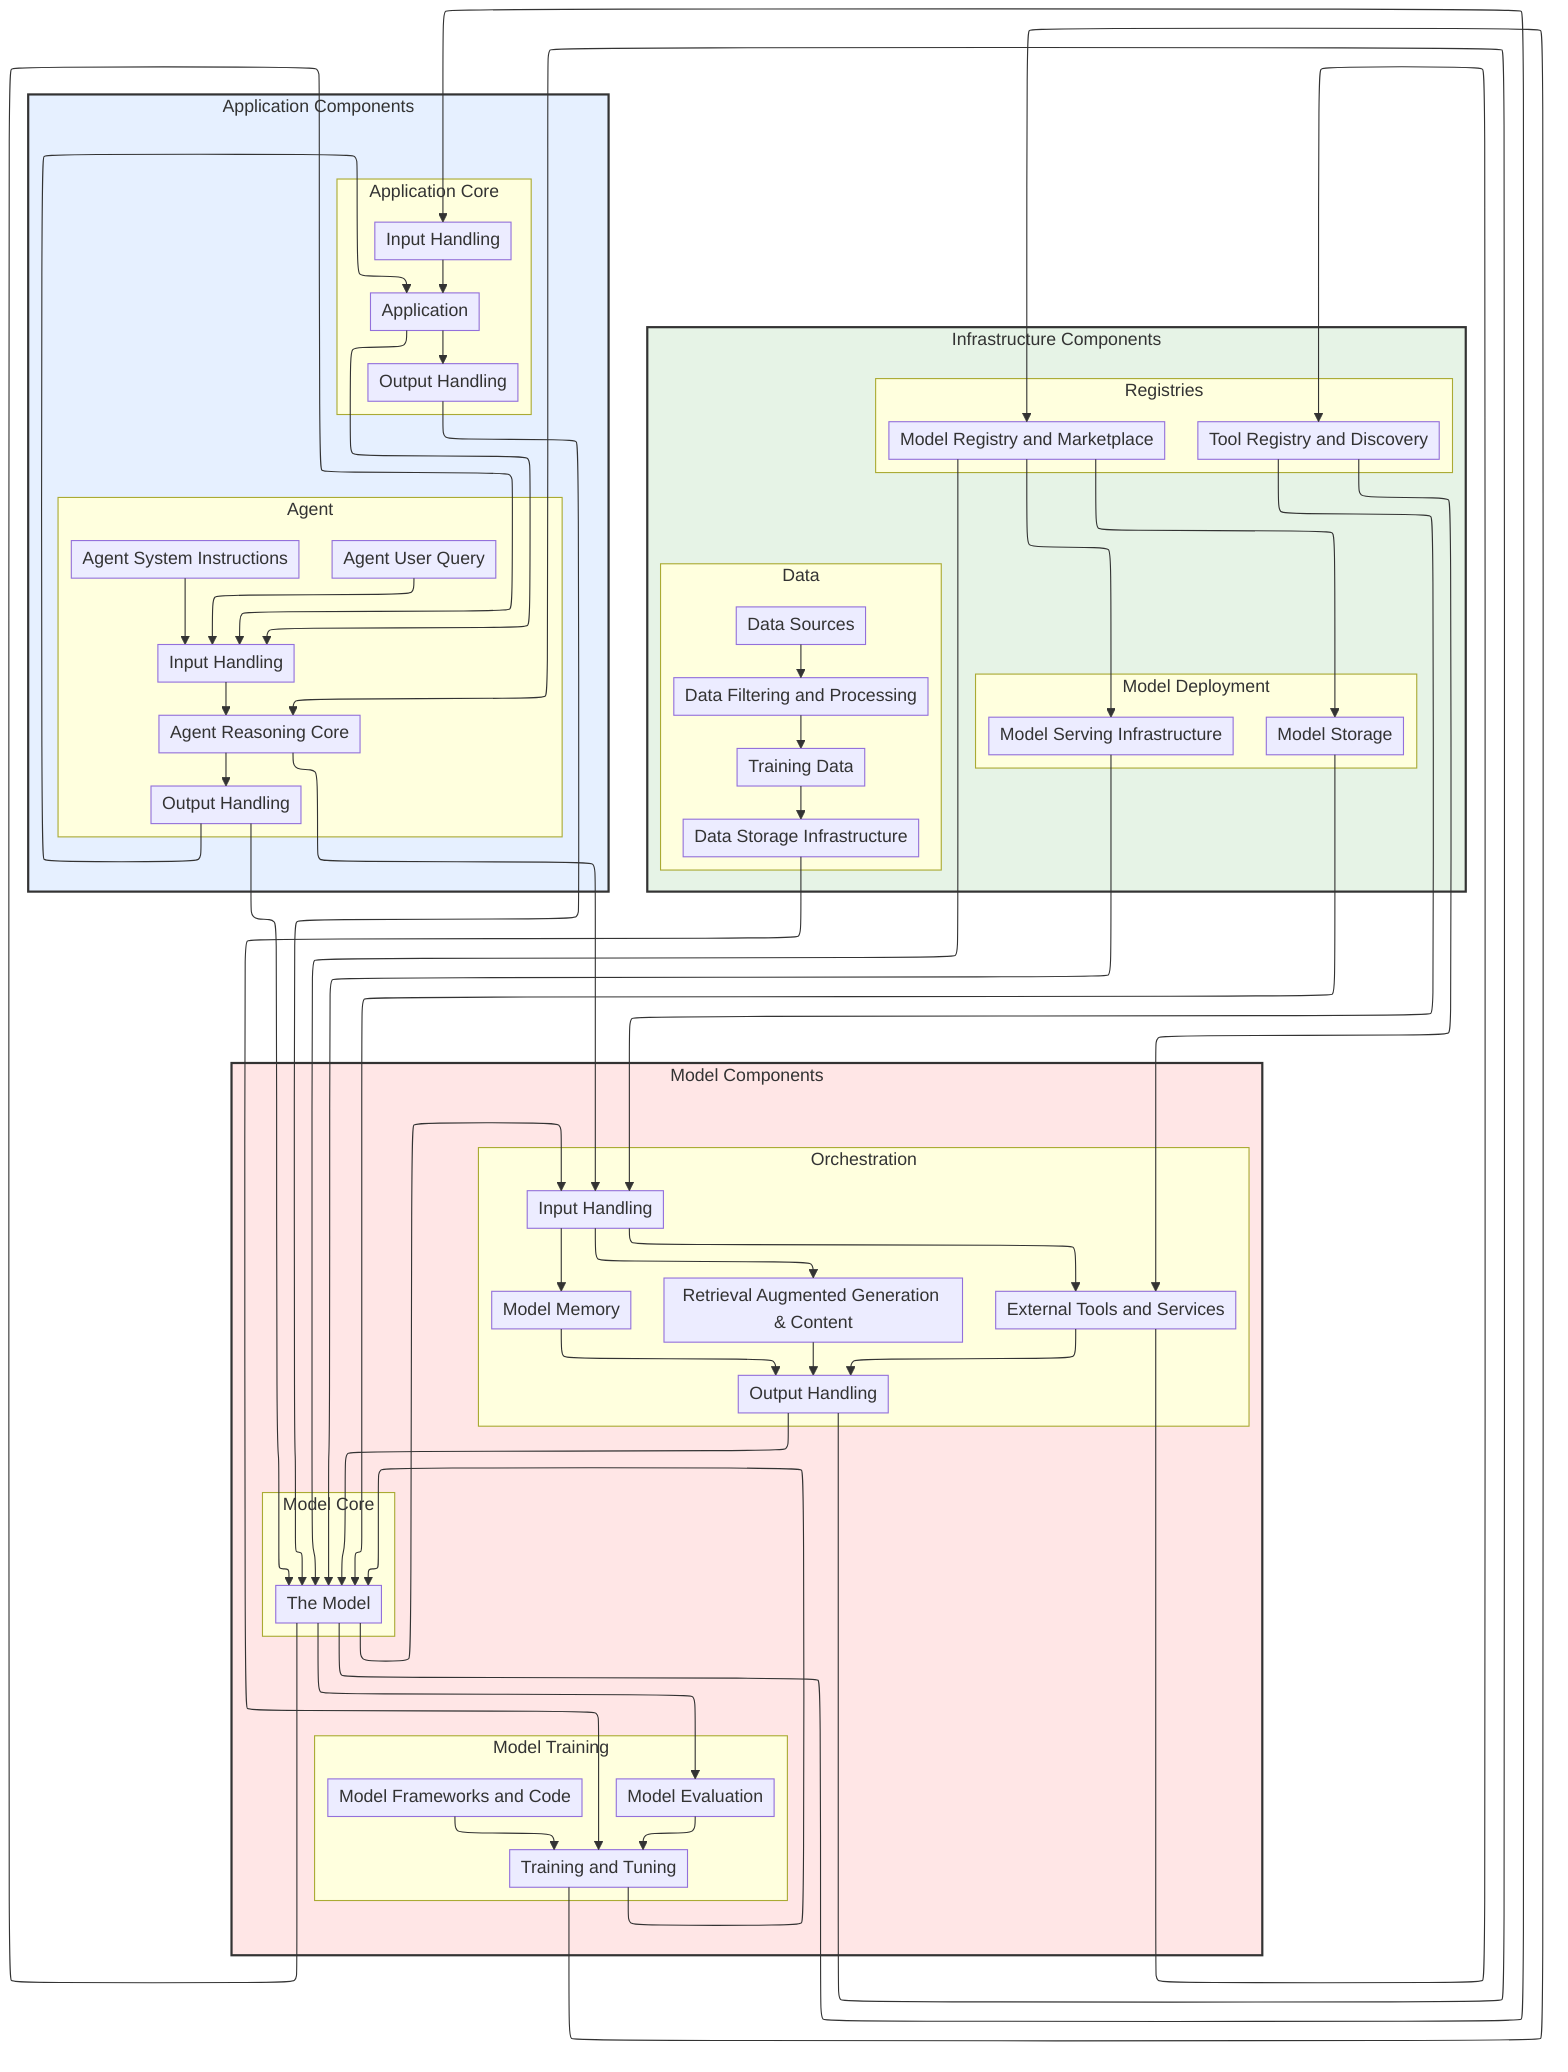
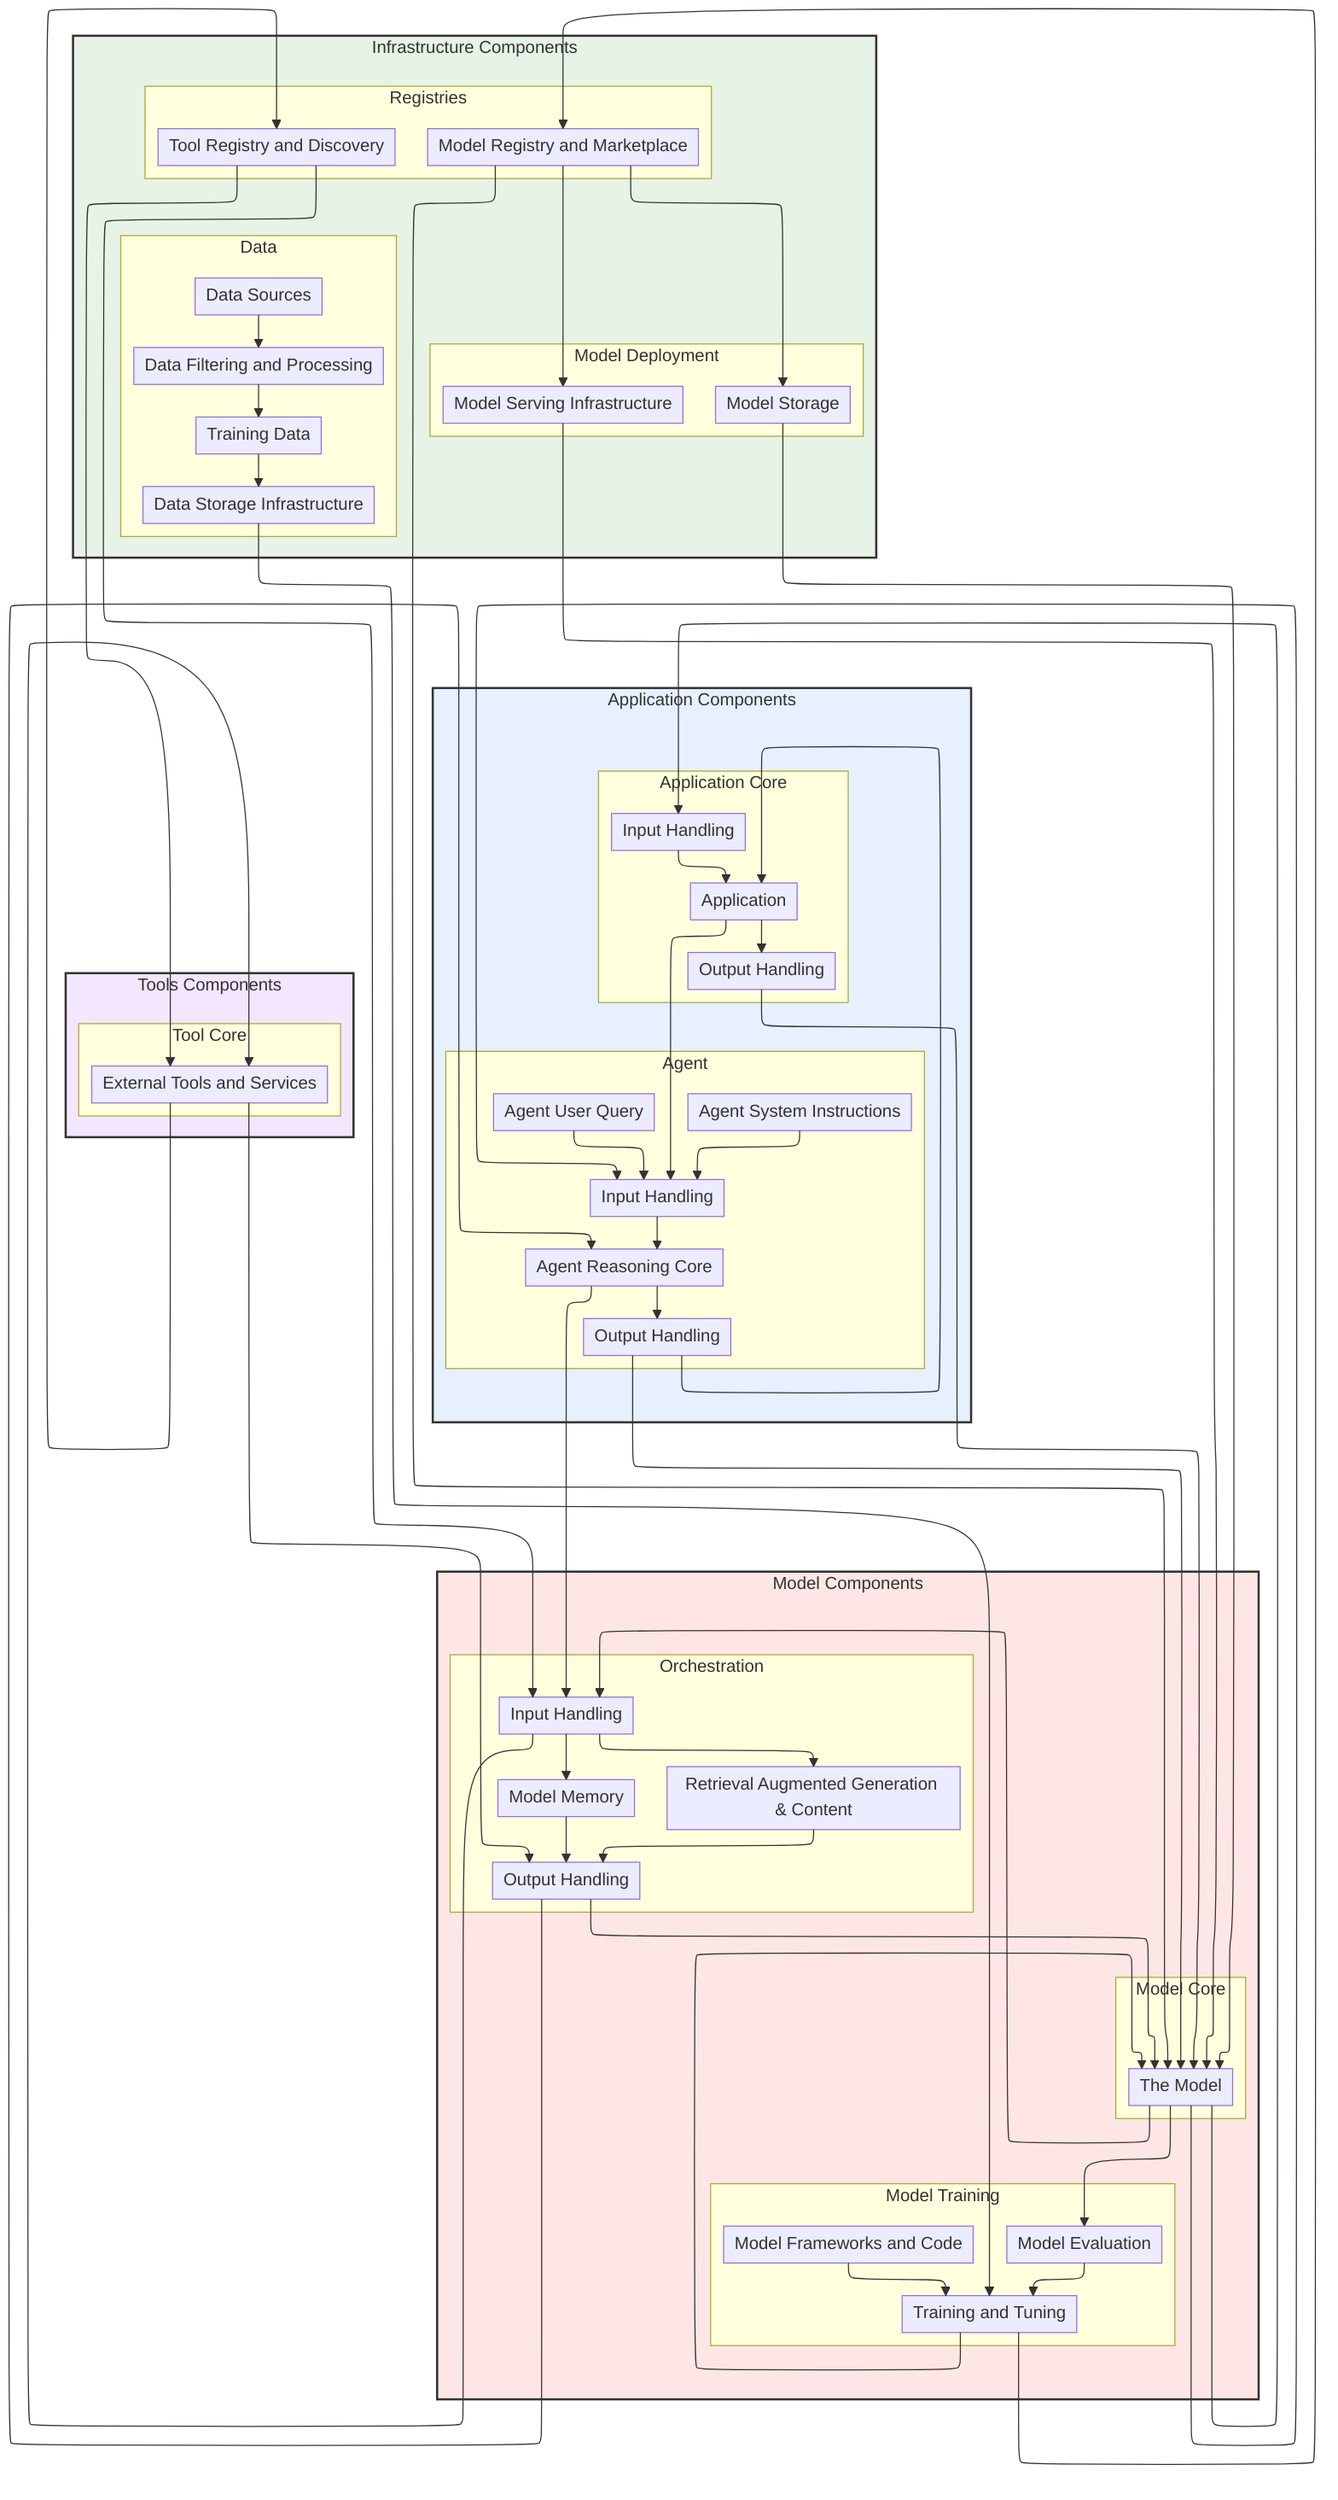
---
config:
  layout: elk
  elk:
    mergeEdges: False
    nodePlacementStrategy: BRANDES_KOEPF
---

graph TD
   %%{init: {'flowchart': {'nodeSpacing': 25, 'rankSpacing': 30, 'padding': 5, 'wrappingWidth': 250}}}%%
    classDef hidden display: none;
    classDef allControl stroke:#4285f4,stroke-width:2px,stroke-dasharray: 5 5

    subgraph componentsInfrastructure ["Infrastructure Components"]
        subgraph componentsData ["Data"]
            componentDataFilteringAndProcessing[Data Filtering and Processing]
            componentDataSources[Data Sources]
            componentDataStorage[Data Storage Infrastructure]
            componentTrainingData[Training Data]
        end
        subgraph componentsModelDeployment ["Model Deployment"]
            componentModelServing[Model Serving Infrastructure]
            componentModelStorage[Model Storage]
        end
        subgraph componentsRegistries ["Registries"]
            componentModelRegistry[Model Registry and Marketplace]
            componentToolRegistry[Tool Registry and Discovery]
        end
    end

    subgraph componentsModel ["Model Components"]
        subgraph componentsModelTraining ["Model Training"]
            componentModelEvaluation[Model Evaluation]
            componentModelFrameworksAndCode[Model Frameworks and Code]
            componentModelTrainingTuning[Training and Tuning]
        end
        subgraph componentsModelCore ["Model Core"]
            componentTheModel[The Model]
        end
        subgraph componentsOrchestration ["Orchestration"]
            componentMemory[Model Memory]
            componentOrchestrationInputHandling[Input Handling]
            componentOrchestrationOutputHandling[Output Handling]
            componentRAGContent[Retrieval Augmented Generation & Content]
-             componentTools[External Tools and Services]
        end
    end

    subgraph componentsApplication ["Application Components"]
        subgraph componentsApplicationCore ["Application Core"]
            componentApplication[Application]
            componentApplicationInputHandling[Input Handling]
            componentApplicationOutputHandling[Output Handling]
        end
        subgraph componentsAgent ["Agent"]
            componentAgentInputHandling[Input Handling]
            componentAgentOutputHandling[Output Handling]
            componentAgentSystemInstruction[Agent System Instructions]
            componentAgentUserQuery[Agent User Query]
            componentReasoningCore[Agent Reasoning Core]
+         end
+     end
+ 
+     subgraph componentsTools ["Tools Components"]
+         subgraph componentsToolCore ["Tool Core"]
+             componentTools[External Tools and Services]
        end
    end


    componentDataSources --> componentDataFilteringAndProcessing
    componentDataFilteringAndProcessing --> componentTrainingData
    componentTrainingData --> componentDataStorage
    componentDataStorage --> componentModelTrainingTuning
    componentModelFrameworksAndCode --> componentModelTrainingTuning
    componentModelEvaluation --> componentModelTrainingTuning
    componentModelTrainingTuning --> componentTheModel
    componentModelTrainingTuning --> componentModelRegistry
    componentModelStorage --> componentTheModel
    componentModelServing --> componentTheModel
    componentModelRegistry --> componentModelServing
    componentModelRegistry --> componentTheModel
    componentModelRegistry --> componentModelStorage
    componentTheModel --> componentModelEvaluation
    componentTheModel --> componentAgentInputHandling
    componentTheModel --> componentApplicationInputHandling
    componentTheModel --> componentOrchestrationInputHandling
    componentApplication --> componentApplicationOutputHandling
    componentApplication --> componentAgentInputHandling
    componentApplicationOutputHandling --> componentTheModel
    componentApplicationInputHandling --> componentApplication
    componentReasoningCore --> componentAgentOutputHandling
    componentReasoningCore --> componentOrchestrationInputHandling
    componentOrchestrationOutputHandling --> componentReasoningCore
    componentOrchestrationOutputHandling --> componentTheModel
    componentOrchestrationInputHandling --> componentTools
    componentOrchestrationInputHandling --> componentMemory
    componentOrchestrationInputHandling --> componentRAGContent
    componentTools --> componentOrchestrationOutputHandling
    componentTools --> componentToolRegistry
    componentToolRegistry --> componentOrchestrationInputHandling
    componentToolRegistry --> componentTools
    componentMemory --> componentOrchestrationOutputHandling
    componentRAGContent --> componentOrchestrationOutputHandling
    componentAgentUserQuery --> componentAgentInputHandling
    componentAgentSystemInstruction --> componentAgentInputHandling
    componentAgentInputHandling --> componentReasoningCore
    componentAgentOutputHandling --> componentApplication
    componentAgentOutputHandling --> componentTheModel

%% Node style definitions
    style componentsInfrastructure fill:#e6f3e6,stroke:#333333,stroke-width:2px
    style componentsApplication fill:#e6f0ff,stroke:#333333,stroke-width:2px
    style componentsModel fill:#ffe6e6,stroke:#333333,stroke-width:2px
+     style componentsTools fill:#f3e6ff,stroke:#333333,stroke-width:2px
